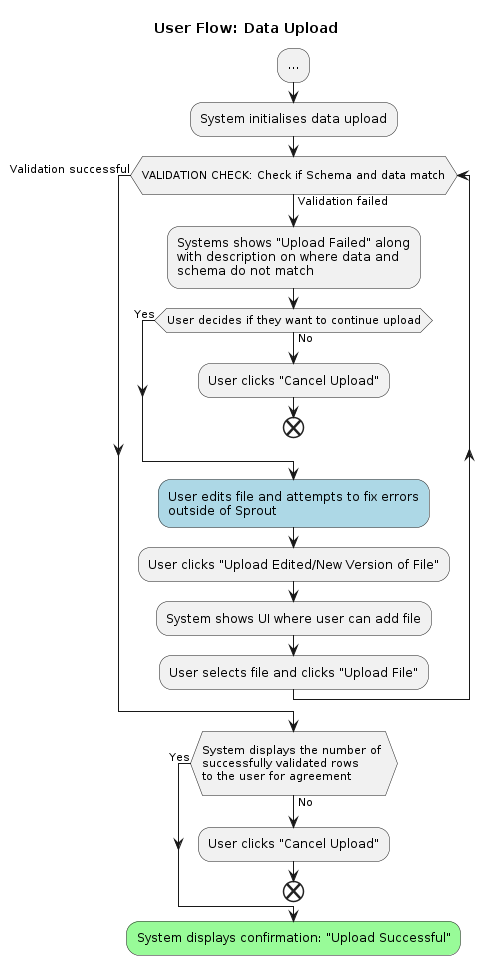
Above: docs/design/images/user-flow-data-upload.png in signekb/seedcase-sprout (PlantUML), before the change.
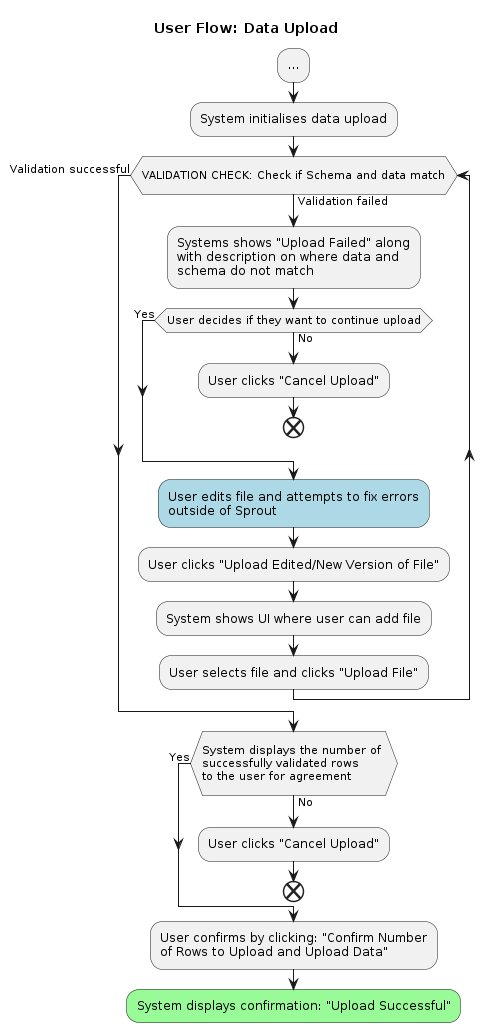
After the change.

Commit message:
feat: add user confirmation of validated row to add in upload

Change to the diagram source:
```diff
@@ -20,6 +20,7 @@
 :User clicks "Cancel Upload";
 end
 end while (Yes);
+:User confirms by clicking: "Confirm Number\nof Rows to Upload and Upload Data";
 #palegreen:System displays confirmation: "Upload Successful";
 
 @enduml
```
